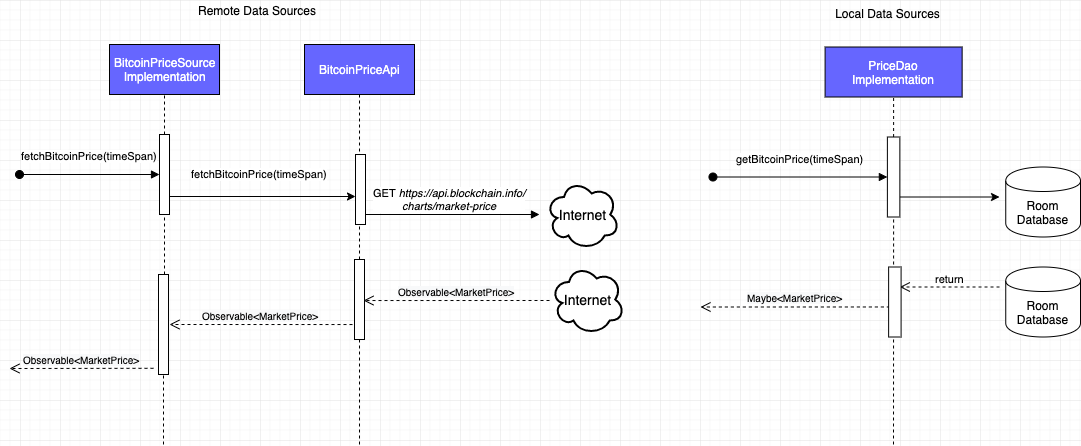
Earlier version of the draw.io export images/architecture_diagram_3.png (pritamkarmakar/crypto-price-checker). Source tidied: cells renumbered, new cells last; positions are measured from the earlier drawing's top-left corner, leaving out a move shared by most shapes.
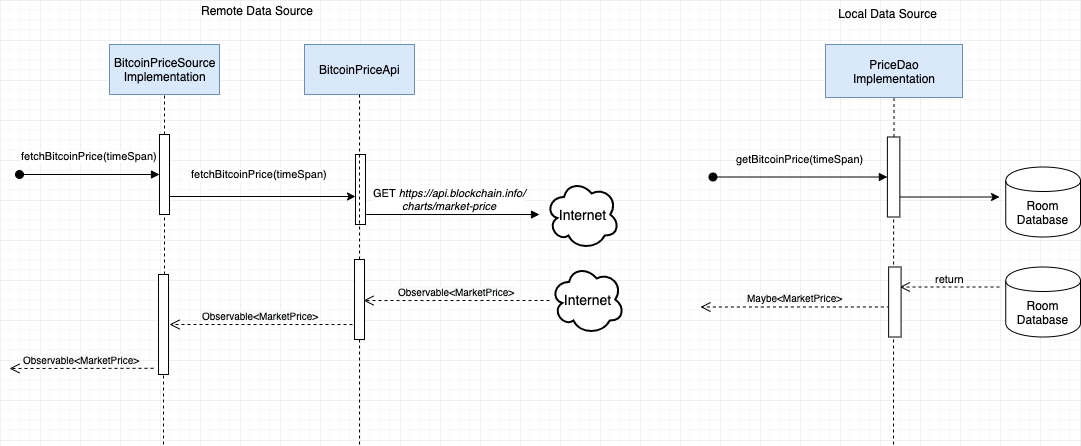
Above is the later version.

What changed in the source:
```diff
@@ -14,150 +14,141 @@
         <mxPoint x="877.9" y="176.5" as="targetPoint" />
       </mxGeometry>
     </mxCell>
-    <mxCell id="5" style="group;" parent="2" vertex="1">
-      <mxGeometry x="815.6" y="46.5" width="137" height="50" as="geometry" />
+    <mxCell id="5" style="edgeStyle=orthogonalEdgeStyle;rounded=0;orthogonalLoop=1;jettySize=auto;html=1;" parent="2" edge="1">
+      <mxGeometry relative="1" as="geometry">
+        <mxPoint x="890.3" y="196.5" as="sourcePoint" />
+        <mxPoint x="990" y="196.5" as="targetPoint" />
+      </mxGeometry>
     </mxCell>
-    <mxCell id="6" style="group;" parent="5" vertex="1">
-      <mxGeometry width="137" height="50" as="geometry" />
+    <mxCell id="6" style="html=1;points=[];perimeter=orthogonalPerimeter;fillColor=#FFFFFF;" parent="2" vertex="1">
+      <mxGeometry x="877.9" y="136.5" width="12.5" height="80" as="geometry" />
     </mxCell>
-    <mxCell id="7" value="&lt;font color=&quot;#ffffff&quot;&gt;PriceDao&lt;br&gt;Implementation&lt;/font&gt;" style="html=1;fillColor=#6666FF;" parent="6" vertex="1">
-      <mxGeometry width="137" height="50" as="geometry" />
+    <mxCell id="7" value="&lt;span style=&quot;font-size: 10px ; text-align: left ; background-color: rgb(248 , 249 , 250)&quot;&gt;Maybe&amp;lt;MarketPrice&amp;gt;&lt;/span&gt;" style="html=1;verticalAlign=bottom;endArrow=open;dashed=1;endSize=8;exitX=0.1;exitY=0.571;exitDx=0;exitDy=0;exitPerimeter=0;" parent="2" edge="1" source="12">
+      <mxGeometry relative="1" as="geometry">
+        <mxPoint x="691" y="306.5" as="targetPoint" />
+      </mxGeometry>
     </mxCell>
-    <mxCell id="8" style="endArrow=none;dashed=1;html=1;entryX=0.5;entryY=1;entryDx=0;entryDy=0;" parent="2" edge="1" source="10" target="7">
-      <mxGeometry relative="1" as="geometry" />
+    <mxCell id="8" value="Room Database" style="shape=cylinder;whiteSpace=wrap;html=1;boundedLbl=1;backgroundOutline=1;fillColor=#FFFFFF;" parent="2" vertex="1">
+      <mxGeometry x="996.2" y="166.5" width="74.8" height="70" as="geometry" />
     </mxCell>
-    <mxCell id="9" style="edgeStyle=orthogonalEdgeStyle;rounded=0;orthogonalLoop=1;jettySize=auto;html=1;" parent="2" edge="1">
-      <mxGeometry relative="1" as="geometry">
-        <mxPoint x="890.3" y="196.5" as="sourcePoint" />
-        <mxPoint x="990" y="196.5" as="targetPoint" />
-      </mxGeometry>
+    <mxCell id="9" value="Room Database" style="shape=cylinder;whiteSpace=wrap;html=1;boundedLbl=1;backgroundOutline=1;fillColor=#FFFFFF;" parent="2" vertex="1">
+      <mxGeometry x="996.2" y="266.5" width="74.8" height="70" as="geometry" />
     </mxCell>
-    <mxCell id="10" style="html=1;points=[];perimeter=orthogonalPerimeter;fillColor=#FFFFFF;" parent="2" vertex="1">
-      <mxGeometry x="877.9" y="136.5" width="12.5" height="80" as="geometry" />
+    <mxCell id="10" value="return" style="html=1;verticalAlign=bottom;endArrow=open;dashed=1;endSize=8;" parent="2" edge="1">
+      <mxGeometry relative="1" as="geometry">
+        <mxPoint x="990" y="286.5" as="sourcePoint" />
+        <mxPoint x="890.3" y="286.5" as="targetPoint" />
+      </mxGeometry>
     </mxCell>
-    <mxCell id="11" value="&lt;span style=&quot;font-size: 10px ; text-align: left ; background-color: rgb(248 , 249 , 250)&quot;&gt;Maybe&amp;lt;MarketPrice&amp;gt;&lt;/span&gt;" style="html=1;verticalAlign=bottom;endArrow=open;dashed=1;endSize=8;exitX=0.1;exitY=0.571;exitDx=0;exitDy=0;exitPerimeter=0;" parent="2" edge="1" source="16">
+    <mxCell id="11" style="endArrow=none;dashed=1;html=1;entryX=0.5;entryY=1;entryDx=0;entryDy=0;" parent="2" edge="1" target="6">
       <mxGeometry relative="1" as="geometry">
-        <mxPoint x="691" y="306.5" as="targetPoint" />
+        <mxPoint x="884" y="444" as="sourcePoint" />
       </mxGeometry>
     </mxCell>
-    <mxCell id="12" value="Room Database" style="shape=cylinder;whiteSpace=wrap;html=1;boundedLbl=1;backgroundOutline=1;fillColor=#FFFFFF;" parent="2" vertex="1">
-      <mxGeometry x="996.2" y="166.5" width="74.8" height="70" as="geometry" />
+    <mxCell id="12" style="html=1;points=[];perimeter=orthogonalPerimeter;fillColor=#FFFFFF;" parent="2" vertex="1">
+      <mxGeometry x="879.1" y="266.5" width="12.5" height="70" as="geometry" />
     </mxCell>
-    <mxCell id="13" value="Room Database" style="shape=cylinder;whiteSpace=wrap;html=1;boundedLbl=1;backgroundOutline=1;fillColor=#FFFFFF;" parent="2" vertex="1">
-      <mxGeometry x="996.2" y="266.5" width="74.8" height="70" as="geometry" />
+    <mxCell id="13" value="Local Data Source" style="text;html=1;strokeColor=none;fillColor=none;align=center;verticalAlign=middle;whiteSpace=wrap;rounded=0;" parent="2" vertex="1">
+      <mxGeometry x="816" y="3" width="125" height="20" as="geometry" />
     </mxCell>
-    <mxCell id="14" value="return" style="html=1;verticalAlign=bottom;endArrow=open;dashed=1;endSize=8;" parent="2" edge="1">
-      <mxGeometry relative="1" as="geometry">
-        <mxPoint x="990" y="286.5" as="sourcePoint" />
-        <mxPoint x="890.3" y="286.5" as="targetPoint" />
-      </mxGeometry>
+    <mxCell id="14" style="group;" parent="2" vertex="1">
+      <mxGeometry x="816" y="44" width="137" height="53" as="geometry" />
     </mxCell>
-    <mxCell id="15" style="endArrow=none;dashed=1;html=1;entryX=0.5;entryY=1;entryDx=0;entryDy=0;" parent="2" edge="1" target="10">
-      <mxGeometry relative="1" as="geometry">
-        <mxPoint x="884" y="444" as="sourcePoint" />
-      </mxGeometry>
+    <mxCell id="15" value="PriceDao&lt;br&gt;Implementation" style="html=1;fillColor=#dae8fc;strokeColor=#6c8ebf;" parent="14" vertex="1">
+      <mxGeometry width="137" height="53" as="geometry" />
     </mxCell>
-    <mxCell id="16" style="html=1;points=[];perimeter=orthogonalPerimeter;fillColor=#FFFFFF;" parent="2" vertex="1">
-      <mxGeometry x="879.1" y="266.5" width="12.5" height="70" as="geometry" />
+    <mxCell id="16" style="endArrow=none;dashed=1;html=1;entryX=0.5;entryY=1;entryDx=0;entryDy=0;" parent="2" edge="1" source="6" target="15">
+      <mxGeometry relative="1" as="geometry" />
     </mxCell>
-    <mxCell id="17" value="Remote Data Sources" style="text;html=1;strokeColor=none;fillColor=none;align=center;verticalAlign=middle;whiteSpace=wrap;rounded=0;" parent="2" vertex="1">
+    <mxCell id="17" value="Remote Data Source" style="text;html=1;strokeColor=none;fillColor=none;align=center;verticalAlign=middle;whiteSpace=wrap;rounded=0;" parent="2" vertex="1">
       <mxGeometry x="184" width="126" height="20" as="geometry" />
     </mxCell>
-    <mxCell id="18" value="Local Data Sources" style="text;html=1;strokeColor=none;fillColor=none;align=center;verticalAlign=middle;whiteSpace=wrap;rounded=0;" parent="2" vertex="1">
-      <mxGeometry x="816" y="3" width="125" height="20" as="geometry" />
+    <mxCell id="18" value="fetchBitcoinPrice(timeSpan)" style="html=1;verticalAlign=bottom;startArrow=oval;startFill=1;endArrow=block;startSize=8;" parent="2" edge="1">
+      <mxGeometry y="10" relative="1" as="geometry">
+        <mxPoint x="10" y="174" as="sourcePoint" />
+        <mxPoint x="150" y="174" as="targetPoint" />
+      </mxGeometry>
     </mxCell>
-    <mxCell id="19" value="fetchBitcoinPrice(timeSpan)" style="html=1;verticalAlign=bottom;startArrow=oval;startFill=1;endArrow=block;startSize=8;" parent="2" edge="1">
-      <mxGeometry y="10" relative="1" as="geometry">
-        <mxPoint x="10" y="174" as="sourcePoint" />
-        <mxPoint x="150" y="174" as="targetPoint" />
-      </mxGeometry>
+    <mxCell id="19" style="group;fillColor=#dae8fc;strokeColor=#6c8ebf;" parent="2" vertex="1">
+      <mxGeometry x="295" y="44" width="110" height="50" as="geometry" />
     </mxCell>
-    <mxCell id="20" style="group;" parent="2" vertex="1">
-      <mxGeometry x="295" y="44" width="110" height="50" as="geometry" />
+    <mxCell id="20" style="edgeStyle=orthogonalEdgeStyle;rounded=0;jettySize=auto;html=1;entryX=0;entryY=0.6;entryDx=0;entryDy=0;entryPerimeter=0;" parent="2" edge="1" target="26">
+      <mxGeometry relative="1" as="geometry">
+        <mxPoint x="159" y="189" as="sourcePoint" />
+        <Array as="points">
+          <mxPoint x="159" y="196" />
+        </Array>
+      </mxGeometry>
     </mxCell>
-    <mxCell id="21" style="group;" parent="20" vertex="1">
-      <mxGeometry width="110" height="50" as="geometry" />
+    <mxCell id="21" value="&lt;span style=&quot;font-size: 11px ; text-align: center ; background-color: rgb(255 , 255 , 255)&quot;&gt;fetchBitcoinPrice(timeSpan)&lt;/span&gt;" style="text;html=1;align=left;verticalAlign=top;spacingTop=-4;" parent="2" vertex="1">
+      <mxGeometry x="180" y="164" width="150" height="20" as="geometry" />
     </mxCell>
-    <mxCell id="22" value="&lt;font color=&quot;#ffffff&quot;&gt;BitcoinPriceApi&lt;/font&gt;" style="html=1;fillColor=#6666FF;" parent="21" vertex="1">
-      <mxGeometry width="110" height="50" as="geometry" />
+    <mxCell id="22" style="group;fillColor=#dae8fc;strokeColor=#6c8ebf;" parent="2" vertex="1">
+      <mxGeometry x="100" y="44" width="110" height="50" as="geometry" />
     </mxCell>
-    <mxCell id="23" style="edgeStyle=orthogonalEdgeStyle;rounded=0;jettySize=auto;html=1;entryX=0;entryY=0.6;entryDx=0;entryDy=0;entryPerimeter=0;" parent="2" edge="1" target="33">
-      <mxGeometry relative="1" as="geometry">
-        <mxPoint x="159" y="189" as="sourcePoint" />
-        <Array as="points">
-          <mxPoint x="159" y="196" />
-        </Array>
-      </mxGeometry>
+    <mxCell id="23" style="html=1;points=[];perimeter=orthogonalPerimeter;fillColor=#FFFFFF;" parent="2" vertex="1">
+      <mxGeometry x="150" y="134" width="10" height="80" as="geometry" />
     </mxCell>
-    <mxCell id="24" style="endArrow=none;dashed=1;html=1;entryX=0.5;entryY=1;entryDx=0;entryDy=0;" parent="2" edge="1" source="35" target="22">
-      <mxGeometry relative="1" as="geometry" />
+    <mxCell id="24" value="Internet" style="ellipse;shape=cloud;strokeWidth=2;fontSize=14;whiteSpace=wrap;html=1;align=center;fillColor=#FFFFFF;" parent="2" vertex="1">
+      <mxGeometry x="536" y="179" width="74" height="70" as="geometry" />
     </mxCell>
-    <mxCell id="25" value="&lt;span style=&quot;font-size: 11px ; text-align: center ; background-color: rgb(255 , 255 , 255)&quot;&gt;fetchBitcoinPrice(timeSpan)&lt;/span&gt;" style="text;html=1;align=left;verticalAlign=top;spacingTop=-4;" parent="2" vertex="1">
-      <mxGeometry x="180" y="164" width="150" height="20" as="geometry" />
+    <mxCell id="25" value="GET&amp;nbsp;&lt;i&gt;https://api.blockchain.info/&lt;br&gt;&lt;/i&gt;&lt;i&gt;charts/market-price&lt;/i&gt;" style="html=1;verticalAlign=bottom;endArrow=block;" parent="2" edge="1">
+      <mxGeometry relative="1" as="geometry">
+        <mxPoint x="350" y="214" as="sourcePoint" />
+        <mxPoint x="530" y="214" as="targetPoint" />
+      </mxGeometry>
     </mxCell>
-    <mxCell id="26" style="group;" parent="2" vertex="1">
-      <mxGeometry x="100" y="44" width="110" height="50" as="geometry" />
+    <mxCell id="26" style="html=1;points=[];perimeter=orthogonalPerimeter;fillColor=#FFFFFF;" parent="2" vertex="1">
+      <mxGeometry x="346" y="154" width="10" height="70" as="geometry" />
     </mxCell>
-    <mxCell id="27" style="group;" parent="26" vertex="1">
-      <mxGeometry width="110" height="50" as="geometry" />
+    <mxCell id="27" value="Internet" style="ellipse;shape=cloud;strokeWidth=2;fontSize=14;whiteSpace=wrap;html=1;align=center;fillColor=#FFFFFF;" parent="2" vertex="1">
+      <mxGeometry x="541" y="264" width="74" height="70" as="geometry" />
     </mxCell>
-    <mxCell id="28" value="&lt;font color=&quot;#ffffff&quot;&gt;BitcoinPriceSource&lt;br&gt;Implementation&lt;/font&gt;" style="html=1;fillColor=#6666FF;" parent="27" vertex="1">
-      <mxGeometry width="110" height="50" as="geometry" />
+    <mxCell id="28" style="html=1;points=[];perimeter=orthogonalPerimeter;fillColor=#FFFFFF;" parent="2" vertex="1">
+      <mxGeometry x="345" y="259" width="10" height="80" as="geometry" />
     </mxCell>
-    <mxCell id="29" style="endArrow=none;dashed=1;html=1;entryX=0.5;entryY=1;entryDx=0;entryDy=0;" parent="2" edge="1" source="30" target="28">
-      <mxGeometry relative="1" as="geometry" />
+    <mxCell id="29" style="endArrow=none;dashed=1;html=1;entryX=0.5;entryY=1;entryDx=0;entryDy=0;" parent="2" edge="1" target="28">
+      <mxGeometry relative="1" as="geometry">
+        <mxPoint x="350" y="444" as="sourcePoint" />
+      </mxGeometry>
     </mxCell>
-    <mxCell id="30" style="html=1;points=[];perimeter=orthogonalPerimeter;fillColor=#FFFFFF;" parent="2" vertex="1">
-      <mxGeometry x="150" y="134" width="10" height="80" as="geometry" />
+    <mxCell id="30" value="&lt;span style=&quot;font-size: 10px ; text-align: left ; background-color: rgb(248 , 249 , 250)&quot;&gt;Observable&amp;lt;MarketPrice&amp;gt;&lt;/span&gt;" style="html=1;verticalAlign=bottom;endArrow=open;dashed=1;endSize=8;entryX=0.9;entryY=0.513;entryDx=0;entryDy=0;entryPerimeter=0;" parent="2" edge="1" target="28">
+      <mxGeometry relative="1" as="geometry">
+        <mxPoint x="540" y="300" as="sourcePoint" />
+      </mxGeometry>
     </mxCell>
-    <mxCell id="31" value="Internet" style="ellipse;shape=cloud;strokeWidth=2;fontSize=14;whiteSpace=wrap;html=1;align=center;fillColor=#FFFFFF;" parent="2" vertex="1">
-      <mxGeometry x="536" y="179" width="74" height="70" as="geometry" />
+    <mxCell id="31" style="html=1;points=[];perimeter=orthogonalPerimeter;fillColor=#FFFFFF;" parent="2" vertex="1">
+      <mxGeometry x="149" y="274" width="10" height="100" as="geometry" />
     </mxCell>
-    <mxCell id="32" value="GET&amp;nbsp;&lt;i&gt;https://api.blockchain.info/&lt;br&gt;&lt;/i&gt;&lt;i&gt;charts/market-price&lt;/i&gt;" style="html=1;verticalAlign=bottom;endArrow=block;" parent="2" edge="1">
-      <mxGeometry relative="1" as="geometry">
-        <mxPoint x="350" y="214" as="sourcePoint" />
-        <mxPoint x="530" y="214" as="targetPoint" />
-      </mxGeometry>
+    <mxCell id="32" style="endArrow=none;dashed=1;html=1;entryX=0.5;entryY=1;entryDx=0;entryDy=0;" parent="2" edge="1" source="31" target="23">
+      <mxGeometry relative="1" as="geometry" />
     </mxCell>
-    <mxCell id="33" style="html=1;points=[];perimeter=orthogonalPerimeter;fillColor=#FFFFFF;" parent="2" vertex="1">
-      <mxGeometry x="346" y="154" width="10" height="70" as="geometry" />
+    <mxCell id="33" style="endArrow=none;dashed=1;html=1;entryX=0.5;entryY=1;entryDx=0;entryDy=0;" parent="2" edge="1" target="31">
+      <mxGeometry relative="1" as="geometry">
+        <mxPoint x="154" y="444" as="sourcePoint" />
+      </mxGeometry>
     </mxCell>
-    <mxCell id="34" value="Internet" style="ellipse;shape=cloud;strokeWidth=2;fontSize=14;whiteSpace=wrap;html=1;align=center;fillColor=#FFFFFF;" parent="2" vertex="1">
-      <mxGeometry x="541" y="264" width="74" height="70" as="geometry" />
+    <mxCell id="34" value="&lt;span style=&quot;font-size: 10px ; text-align: left ; background-color: rgb(248 , 249 , 250)&quot;&gt;Observable&amp;lt;MarketPrice&amp;gt;&lt;/span&gt;" style="html=1;verticalAlign=bottom;endArrow=open;dashed=1;endSize=8;exitX=-0.2;exitY=0.813;exitDx=0;exitDy=0;exitPerimeter=0;" parent="2" edge="1" source="28">
+      <mxGeometry relative="1" as="geometry">
+        <mxPoint x="160" y="324" as="targetPoint" />
+      </mxGeometry>
     </mxCell>
-    <mxCell id="35" style="html=1;points=[];perimeter=orthogonalPerimeter;fillColor=#FFFFFF;" parent="2" vertex="1">
-      <mxGeometry x="345" y="259" width="10" height="80" as="geometry" />
+    <mxCell id="35" value="&lt;span style=&quot;font-size: 10px ; text-align: left ; background-color: rgb(248 , 249 , 250)&quot;&gt;Observable&amp;lt;MarketPrice&amp;gt;&lt;/span&gt;" style="html=1;verticalAlign=bottom;endArrow=open;dashed=1;endSize=8;exitX=-0.5;exitY=0.938;exitDx=0;exitDy=0;exitPerimeter=0;" parent="2" edge="1" source="31">
+      <mxGeometry relative="1" as="geometry">
+        <mxPoint y="368" as="targetPoint" />
+      </mxGeometry>
     </mxCell>
-    <mxCell id="36" style="endArrow=none;dashed=1;html=1;entryX=0.5;entryY=1;entryDx=0;entryDy=0;" parent="2" edge="1" target="35">
-      <mxGeometry relative="1" as="geometry">
-        <mxPoint x="350" y="444" as="sourcePoint" />
-      </mxGeometry>
+    <mxCell id="36" value="BitcoinPriceSource&lt;br&gt;Implementation" style="html=1;fillColor=#dae8fc;strokeColor=#6c8ebf;" parent="2" vertex="1">
+      <mxGeometry x="100" y="44" width="110" height="50" as="geometry" />
     </mxCell>
-    <mxCell id="37" value="&lt;span style=&quot;font-size: 10px ; text-align: left ; background-color: rgb(248 , 249 , 250)&quot;&gt;Observable&amp;lt;MarketPrice&amp;gt;&lt;/span&gt;" style="html=1;verticalAlign=bottom;endArrow=open;dashed=1;endSize=8;entryX=0.9;entryY=0.513;entryDx=0;entryDy=0;entryPerimeter=0;" parent="2" edge="1" target="35">
-      <mxGeometry relative="1" as="geometry">
-        <mxPoint x="540" y="300" as="sourcePoint" />
-      </mxGeometry>
+    <mxCell id="37" style="endArrow=none;dashed=1;html=1;entryX=0.5;entryY=1;entryDx=0;entryDy=0;" parent="2" edge="1" source="23" target="36">
+      <mxGeometry relative="1" as="geometry" />
     </mxCell>
-    <mxCell id="38" style="html=1;points=[];perimeter=orthogonalPerimeter;fillColor=#FFFFFF;" parent="2" vertex="1">
-      <mxGeometry x="149" y="274" width="10" height="100" as="geometry" />
+    <mxCell id="38" value="BitcoinPriceApi" style="html=1;fillColor=#dae8fc;strokeColor=#6c8ebf;" parent="2" vertex="1">
+      <mxGeometry x="295" y="44" width="110" height="50" as="geometry" />
     </mxCell>
-    <mxCell id="39" style="endArrow=none;dashed=1;html=1;entryX=0.5;entryY=1;entryDx=0;entryDy=0;" parent="2" edge="1" source="38" target="30">
+    <mxCell id="39" style="endArrow=none;dashed=1;html=1;entryX=0.5;entryY=1;entryDx=0;entryDy=0;" parent="2" edge="1" source="28" target="38">
       <mxGeometry relative="1" as="geometry" />
     </mxCell>
-    <mxCell id="40" style="endArrow=none;dashed=1;html=1;entryX=0.5;entryY=1;entryDx=0;entryDy=0;" parent="2" edge="1" target="38">
-      <mxGeometry relative="1" as="geometry">
-        <mxPoint x="154" y="444" as="sourcePoint" />
-      </mxGeometry>
-    </mxCell>
-    <mxCell id="41" value="&lt;span style=&quot;font-size: 10px ; text-align: left ; background-color: rgb(248 , 249 , 250)&quot;&gt;Observable&amp;lt;MarketPrice&amp;gt;&lt;/span&gt;" style="html=1;verticalAlign=bottom;endArrow=open;dashed=1;endSize=8;exitX=-0.2;exitY=0.813;exitDx=0;exitDy=0;exitPerimeter=0;" parent="2" edge="1" source="35">
-      <mxGeometry relative="1" as="geometry">
-        <mxPoint x="160" y="324" as="targetPoint" />
-      </mxGeometry>
-    </mxCell>
-    <mxCell id="42" value="&lt;span style=&quot;font-size: 10px ; text-align: left ; background-color: rgb(248 , 249 , 250)&quot;&gt;Observable&amp;lt;MarketPrice&amp;gt;&lt;/span&gt;" style="html=1;verticalAlign=bottom;endArrow=open;dashed=1;endSize=8;exitX=-0.5;exitY=0.938;exitDx=0;exitDy=0;exitPerimeter=0;" parent="2" edge="1" source="38">
-      <mxGeometry relative="1" as="geometry">
-        <mxPoint y="368" as="targetPoint" />
-      </mxGeometry>
-    </mxCell>
   </root>
 </mxGraphModel>
```
